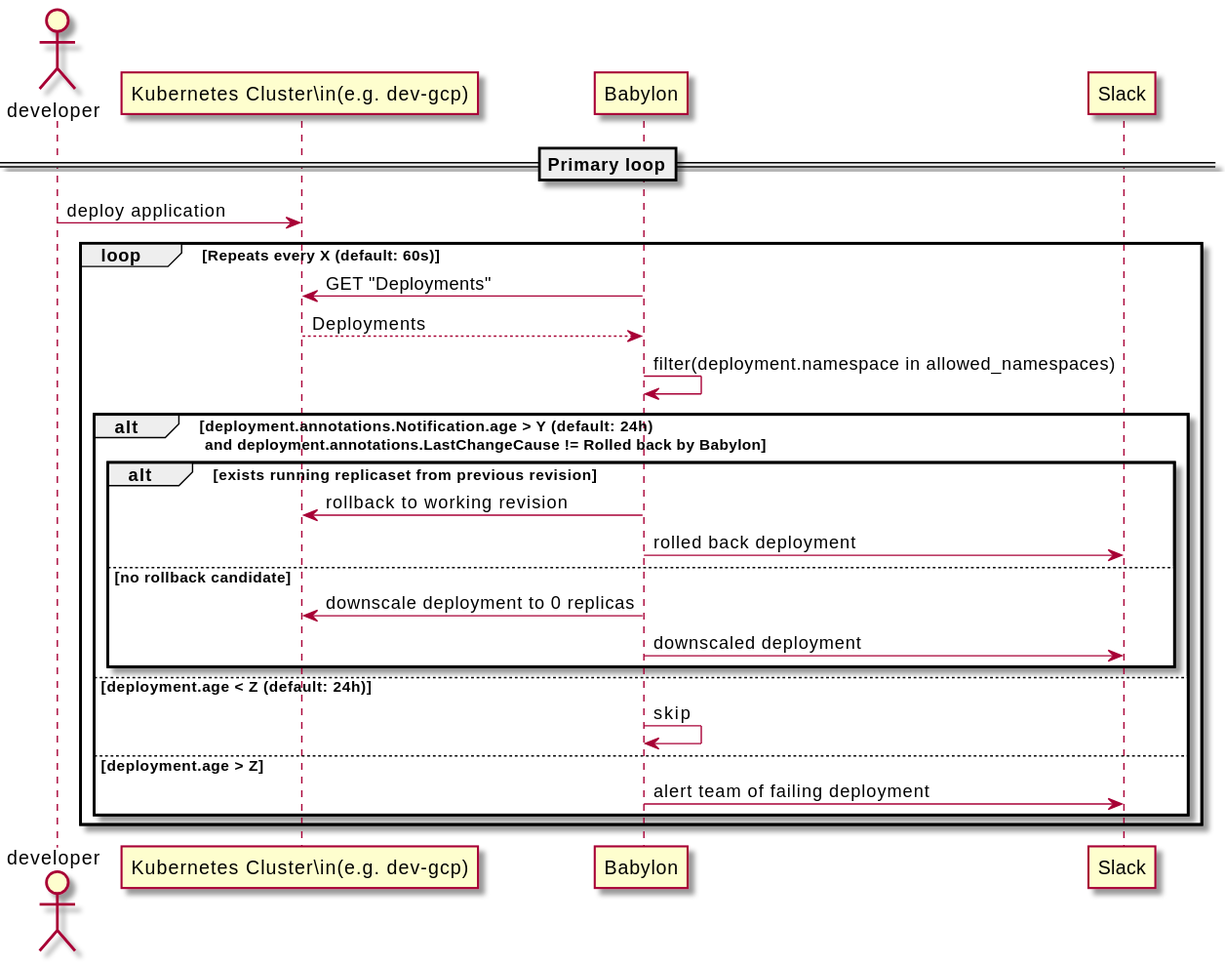
Above: docs/babylon-flow.svg in nais/babylon (PlantUML), before the change.
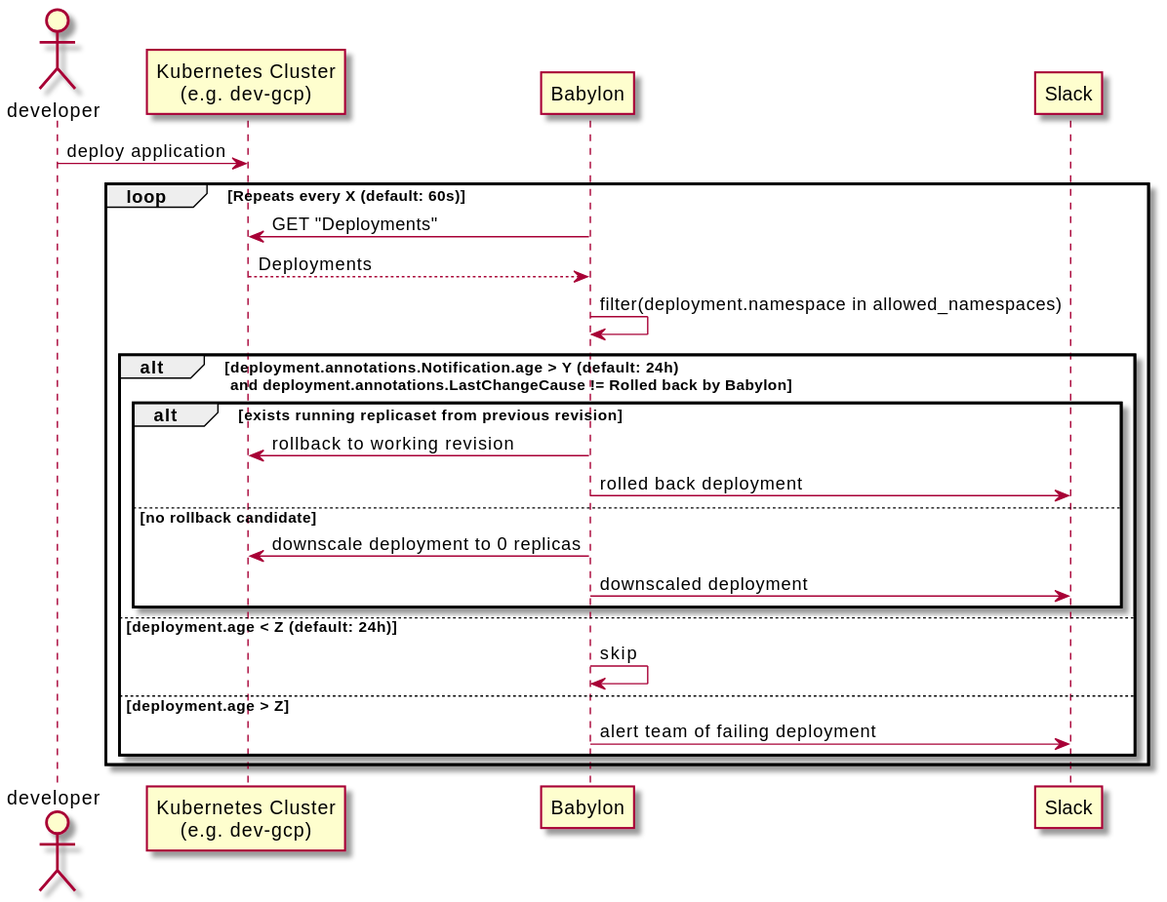
The same file after the commit.

Commit message:
[ci skip] fixup diagram

Change to the diagram source:
```diff
@@ -1,9 +1,9 @@
 @startuml babylon-flow
 actor developer as developer
-participant k8s as "Kubernetes Cluster\in(e.g. dev-gcp)"
+participant k8s as "Kubernetes Cluster\n(e.g. dev-gcp)"
 participant babylon as "Babylon"
 participant alertmanager as "Slack"
-==Primary loop==
+
 developer -> k8s: deploy application
 loop Repeats every X (default: 60s)
 babylon -> k8s: GET "Deployments"
```
